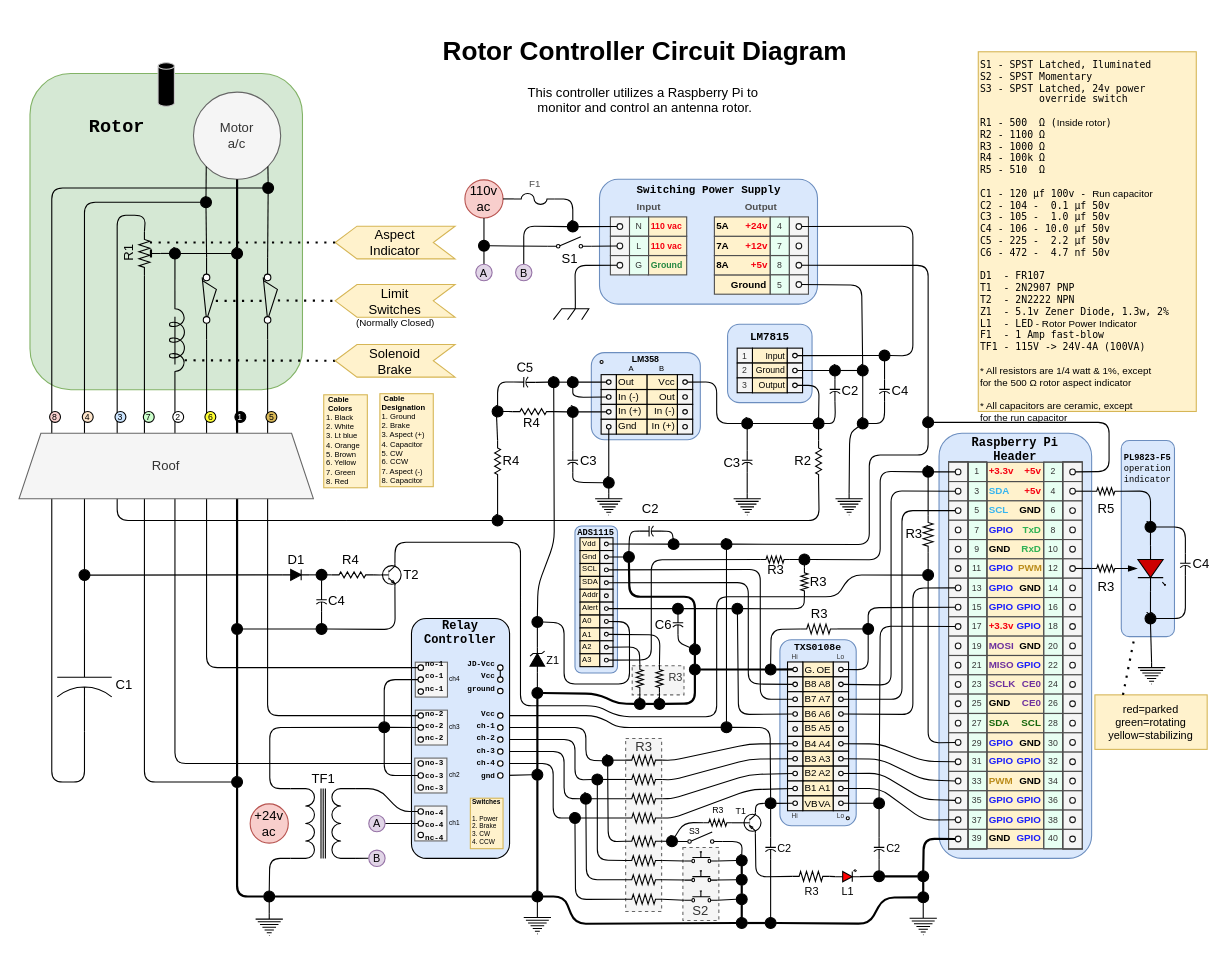
The draw.io diagram readme/rotor.drawio in wryan67/rotor, before the edit. Source tidied: cells renumbered, new cells numbered last; positions are measured from the earlier drawing's top-left corner, leaving out a move shared by most shapes. Both pictures are drawn from the tidied source at 109%, with x=0, y=0 at pixel (19, 29).
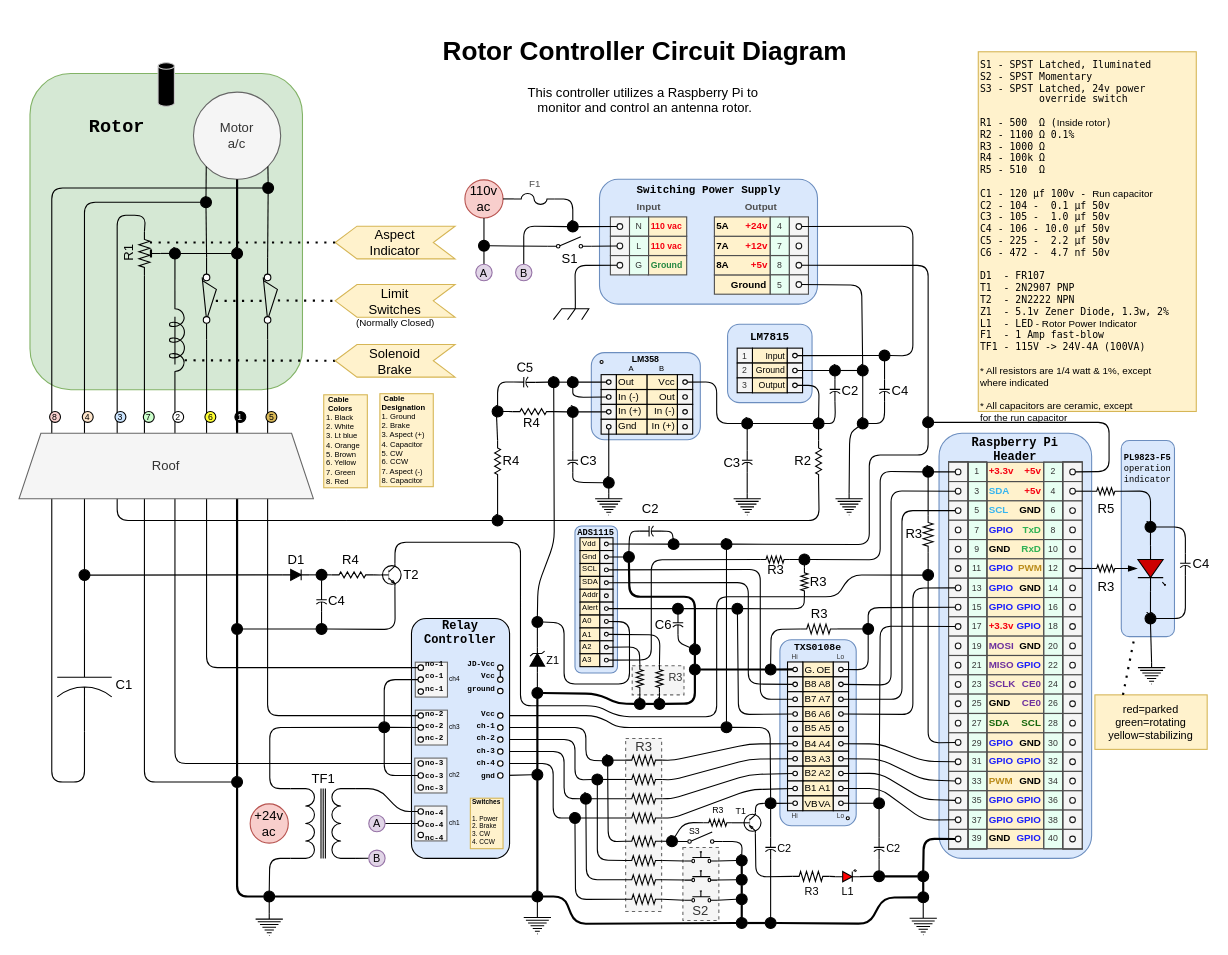
The same diagram, later.

Commit message (it also covers changes not shown here):
low pass filter wire diagram

What changed in the source:
```diff
@@
-    <mxCell id="279" value="&lt;font style=&quot;font-size: 9px&quot;&gt;&lt;font style=&quot;font-size: 9px&quot;&gt;&lt;font face=&quot;Lucida Console&quot; style=&quot;font-size: 9px&quot;&gt;S1 - SPST Latched, Iluminated&lt;br&gt;S2 - SPST Momentary&lt;br&gt;S3 - SPST Latched, 24v power&lt;br&gt;&amp;nbsp; &amp;nbsp; &amp;nbsp; &amp;nbsp; &amp;nbsp; override switch&lt;br&gt;&lt;br&gt;R1 -&amp;nbsp;&lt;/font&gt;&lt;span style=&quot;font-size: 9px ; text-align: center&quot;&gt;&lt;font face=&quot;Lucida Console&quot;&gt;500&amp;nbsp; Ω (&lt;/font&gt;Inside rotor&lt;font face=&quot;Lucida Console&quot;&gt;)&lt;/font&gt;&lt;br&gt;&lt;font face=&quot;Lucida Console&quot;&gt;R2 - 1100&amp;nbsp;&lt;/font&gt;&lt;/span&gt;&lt;span style=&quot;font-size: 9px ; font-family: &amp;#34;lucida console&amp;#34; ; text-align: center&quot;&gt;Ω&lt;br&gt;&lt;/span&gt;&lt;span style=&quot;font-size: 9px ; font-family: &amp;#34;lucida console&amp;#34; ; text-align: center&quot;&gt;R3 - 1000&amp;nbsp;&lt;/span&gt;&lt;span style=&quot;font-size: 9px ; font-family: &amp;#34;lucida console&amp;#34; ; text-align: center&quot;&gt;Ω&lt;br&gt;&lt;/span&gt;&lt;span style=&quot;font-size: 9px ; font-family: &amp;#34;lucida console&amp;#34; ; text-align: center&quot;&gt;R4 - 100k&amp;nbsp;&lt;/span&gt;&lt;span style=&quot;font-size: 9px ; font-family: &amp;#34;lucida console&amp;#34; ; text-align: center&quot;&gt;Ω&lt;/span&gt;&lt;span style=&quot;font-size: 9px ; font-family: &amp;#34;lucida console&amp;#34; ; text-align: center&quot;&gt;&lt;br&gt;R5 - 510&amp;nbsp;&amp;nbsp;&lt;/span&gt;&lt;span style=&quot;font-size: 9px ; font-family: &amp;#34;lucida console&amp;#34; ; text-align: center&quot;&gt;Ω&lt;/span&gt;&lt;span style=&quot;text-align: center&quot;&gt;&lt;br&gt;&lt;br&gt;&lt;font face=&quot;Lucida Console&quot; style=&quot;font-size: 9px&quot;&gt;C1 - 120 µf 100v - &lt;/font&gt;&lt;/span&gt;&lt;span style=&quot;text-align: center&quot;&gt;&lt;font style=&quot;font-size: 9px&quot;&gt;Run capacitor&lt;/font&gt;&lt;br&gt;&lt;font style=&quot;font-family: &amp;#34;lucida console&amp;#34; ; font-size: 9px&quot;&gt;C2 - 104 -&amp;nbsp; 0.1 µf 50v&lt;/font&gt;&lt;br&gt;&lt;font style=&quot;font-family: &amp;#34;lucida console&amp;#34; ; font-size: 9px&quot;&gt;C3 - 105 -&amp;nbsp; 1.0 µ&lt;/font&gt;&lt;font style=&quot;font-family: &amp;#34;lucida console&amp;#34; ; font-size: 9px&quot;&gt;f 50v&lt;/font&gt;&lt;br&gt;&lt;font style=&quot;font-family: &amp;#34;lucida console&amp;#34; ; font-size: 9px&quot;&gt;C4 - 106 - 1&lt;/font&gt;&lt;/span&gt;&lt;span style=&quot;font-family: &amp;#34;lucida console&amp;#34; ; text-align: center&quot;&gt;&lt;font style=&quot;font-size: 9px&quot;&gt;0.0 µ&lt;/font&gt;&lt;font style=&quot;font-size: 9px&quot;&gt;f 50v&amp;nbsp;&lt;/font&gt;&lt;/span&gt;&lt;/font&gt;&lt;span style=&quot;text-align: center&quot;&gt;&lt;font style=&quot;font-size: 9px&quot;&gt;&lt;br&gt;&lt;font style=&quot;font-family: &amp;#34;lucida console&amp;#34; ; font-size: 9px&quot;&gt;C5 - 225 -&amp;nbsp; 2.2 µ&lt;/font&gt;&lt;font style=&quot;font-family: &amp;#34;lucida console&amp;#34; ; font-size: 9px&quot;&gt;f 50v&lt;/font&gt;&lt;br&gt;&lt;font style=&quot;font-family: &amp;#34;lucida console&amp;#34; ; font-size: 9px&quot;&gt;C6 - 472 -&amp;nbsp; 4.7 nf 50v&lt;/font&gt;&lt;br&gt;&lt;br&gt;&lt;font face=&quot;Lucida Console&quot;&gt;D1&amp;nbsp; - FR107&lt;/font&gt;&lt;br&gt;&lt;/font&gt;&lt;/span&gt;&lt;span style=&quot;font-family: &amp;#34;lucida console&amp;#34; ; text-align: center&quot;&gt;T1&amp;nbsp; - 2N2907 PNP&lt;br&gt;&lt;/span&gt;&lt;span style=&quot;font-family: &amp;#34;lucida console&amp;#34; ; text-align: center&quot;&gt;T2&amp;nbsp; - 2N2222 NPN&lt;br&gt;&lt;/span&gt;&lt;span style=&quot;text-align: center&quot;&gt;&lt;font style=&quot;font-size: 9px&quot;&gt;&lt;font face=&quot;Lucida Console&quot;&gt;Z1&amp;nbsp; - 5.1v Zener Diode, 1.3w, 2%&amp;nbsp;&lt;/font&gt;&lt;br&gt;&lt;font style=&quot;font-size: 9px&quot;&gt;&lt;font face=&quot;Lucida Console&quot;&gt;L1&amp;nbsp; - LED&lt;/font&gt; - Rotor Power Indicator&lt;br&gt;&lt;font face=&quot;Lucida Console&quot;&gt;F1&amp;nbsp; - 1 Amp fast-blow&lt;/font&gt;&lt;/font&gt;&lt;br&gt;&lt;font style=&quot;font-family: &amp;#34;lucida console&amp;#34; ; font-size: 9px&quot;&gt;TF1 - 115V -&amp;gt; 24V-4A (100VA)&lt;/font&gt;&lt;br&gt;&lt;/font&gt;&lt;br&gt;&lt;font style=&quot;font-size: 9px&quot;&gt;* All resistors are 1/4 watt &amp;amp; 1%,&amp;nbsp;except &lt;/font&gt;&lt;br&gt;&lt;font style=&quot;font-size: 9px&quot;&gt;for the 500&amp;nbsp;&lt;/font&gt;&lt;/span&gt;&lt;span style=&quot;text-align: center&quot;&gt;Ω&amp;nbsp;&lt;/span&gt;&lt;span style=&quot;text-align: center&quot;&gt;rotor aspect indicator&lt;br&gt;&lt;br&gt;* All capacitors are ceramic, except &lt;br&gt;for the&amp;nbsp;run capacitor&lt;br&gt;&lt;/span&gt;&lt;/font&gt;" style="rounded=0;whiteSpace=wrap;html=1;fillColor=#fff2cc;strokeColor=#d6b656;align=left;fontSize=8;verticalAlign=top;" parent="1" vertex="1">
+    <mxCell id="279" value="&lt;font style=&quot;font-size: 9px&quot;&gt;&lt;font style=&quot;font-size: 9px&quot;&gt;&lt;font face=&quot;Lucida Console&quot; style=&quot;font-size: 9px&quot;&gt;S1 - SPST Latched, Iluminated&lt;br&gt;S2 - SPST Momentary&lt;br&gt;S3 - SPST Latched, 24v power&lt;br&gt;&amp;nbsp; &amp;nbsp; &amp;nbsp; &amp;nbsp; &amp;nbsp; override switch&lt;br&gt;&lt;br&gt;R1 -&amp;nbsp;&lt;/font&gt;&lt;span style=&quot;font-size: 9px ; text-align: center&quot;&gt;&lt;font face=&quot;Lucida Console&quot;&gt;500&amp;nbsp; Ω (&lt;/font&gt;Inside rotor&lt;font face=&quot;Lucida Console&quot;&gt;)&lt;/font&gt;&lt;br&gt;&lt;font face=&quot;Lucida Console&quot;&gt;R2 - 1100&amp;nbsp;&lt;/font&gt;&lt;/span&gt;&lt;span style=&quot;font-size: 9px ; font-family: &amp;#34;lucida console&amp;#34; ; text-align: center&quot;&gt;Ω 0.1%&amp;nbsp;&lt;br&gt;&lt;/span&gt;&lt;span style=&quot;font-size: 9px ; font-family: &amp;#34;lucida console&amp;#34; ; text-align: center&quot;&gt;R3 - 1000&amp;nbsp;&lt;/span&gt;&lt;span style=&quot;font-size: 9px ; font-family: &amp;#34;lucida console&amp;#34; ; text-align: center&quot;&gt;Ω&lt;br&gt;&lt;/span&gt;&lt;span style=&quot;font-size: 9px ; font-family: &amp;#34;lucida console&amp;#34; ; text-align: center&quot;&gt;R4 - 100k&amp;nbsp;&lt;/span&gt;&lt;span style=&quot;font-size: 9px ; font-family: &amp;#34;lucida console&amp;#34; ; text-align: center&quot;&gt;Ω&lt;/span&gt;&lt;span style=&quot;font-size: 9px ; font-family: &amp;#34;lucida console&amp;#34; ; text-align: center&quot;&gt;&lt;br&gt;R5 - 510&amp;nbsp;&amp;nbsp;&lt;/span&gt;&lt;span style=&quot;font-size: 9px ; font-family: &amp;#34;lucida console&amp;#34; ; text-align: center&quot;&gt;Ω&lt;/span&gt;&lt;span style=&quot;text-align: center&quot;&gt;&lt;br&gt;&lt;br&gt;&lt;font face=&quot;Lucida Console&quot; style=&quot;font-size: 9px&quot;&gt;C1 - 120 µf 100v - &lt;/font&gt;&lt;/span&gt;&lt;span style=&quot;text-align: center&quot;&gt;&lt;font style=&quot;font-size: 9px&quot;&gt;Run capacitor&lt;/font&gt;&lt;br&gt;&lt;font style=&quot;font-family: &amp;#34;lucida console&amp;#34; ; font-size: 9px&quot;&gt;C2 - 104 -&amp;nbsp; 0.1 µf 50v&lt;/font&gt;&lt;br&gt;&lt;font style=&quot;font-family: &amp;#34;lucida console&amp;#34; ; font-size: 9px&quot;&gt;C3 - 105 -&amp;nbsp; 1.0 µ&lt;/font&gt;&lt;font style=&quot;font-family: &amp;#34;lucida console&amp;#34; ; font-size: 9px&quot;&gt;f 50v&lt;/font&gt;&lt;br&gt;&lt;font style=&quot;font-family: &amp;#34;lucida console&amp;#34; ; font-size: 9px&quot;&gt;C4 - 106 - 1&lt;/font&gt;&lt;/span&gt;&lt;span style=&quot;font-family: &amp;#34;lucida console&amp;#34; ; text-align: center&quot;&gt;&lt;font style=&quot;font-size: 9px&quot;&gt;0.0 µ&lt;/font&gt;&lt;font style=&quot;font-size: 9px&quot;&gt;f 50v&amp;nbsp;&lt;/font&gt;&lt;/span&gt;&lt;/font&gt;&lt;span style=&quot;text-align: center&quot;&gt;&lt;font style=&quot;font-size: 9px&quot;&gt;&lt;br&gt;&lt;font style=&quot;font-family: &amp;#34;lucida console&amp;#34; ; font-size: 9px&quot;&gt;C5 - 225 -&amp;nbsp; 2.2 µ&lt;/font&gt;&lt;font style=&quot;font-family: &amp;#34;lucida console&amp;#34; ; font-size: 9px&quot;&gt;f 50v&lt;/font&gt;&lt;br&gt;&lt;font style=&quot;font-family: &amp;#34;lucida console&amp;#34; ; font-size: 9px&quot;&gt;C6 - 472 -&amp;nbsp; 4.7 nf 50v&lt;/font&gt;&lt;br&gt;&lt;br&gt;&lt;font face=&quot;Lucida Console&quot;&gt;D1&amp;nbsp; - FR107&lt;/font&gt;&lt;br&gt;&lt;/font&gt;&lt;/span&gt;&lt;span style=&quot;font-family: &amp;#34;lucida console&amp;#34; ; text-align: center&quot;&gt;T1&amp;nbsp; - 2N2907 PNP&lt;br&gt;&lt;/span&gt;&lt;span style=&quot;font-family: &amp;#34;lucida console&amp;#34; ; text-align: center&quot;&gt;T2&amp;nbsp; - 2N2222 NPN&lt;br&gt;&lt;/span&gt;&lt;span style=&quot;text-align: center&quot;&gt;&lt;font style=&quot;font-size: 9px&quot;&gt;&lt;font face=&quot;Lucida Console&quot;&gt;Z1&amp;nbsp; - 5.1v Zener Diode, 1.3w, 2%&amp;nbsp;&lt;/font&gt;&lt;br&gt;&lt;font style=&quot;font-size: 9px&quot;&gt;&lt;font face=&quot;Lucida Console&quot;&gt;L1&amp;nbsp; - LED&lt;/font&gt; - Rotor Power Indicator&lt;br&gt;&lt;font face=&quot;Lucida Console&quot;&gt;F1&amp;nbsp; - 1 Amp fast-blow&lt;/font&gt;&lt;/font&gt;&lt;br&gt;&lt;font style=&quot;font-family: &amp;#34;lucida console&amp;#34; ; font-size: 9px&quot;&gt;TF1 - 115V -&amp;gt; 24V-4A (100VA)&lt;/font&gt;&lt;br&gt;&lt;/font&gt;&lt;br&gt;&lt;font style=&quot;font-size: 9px&quot;&gt;* All resistors are 1/4 watt &amp;amp; 1%,&amp;nbsp;except &lt;/font&gt;&lt;br&gt;&lt;/span&gt;&lt;span style=&quot;text-align: center&quot;&gt;where indicated&lt;br&gt;&lt;br&gt;* All capacitors are ceramic, except &lt;br&gt;for the&amp;nbsp;run capacitor&lt;br&gt;&lt;/span&gt;&lt;/font&gt;" style="rounded=0;whiteSpace=wrap;html=1;fillColor=#fff2cc;strokeColor=#d6b656;align=left;fontSize=8;verticalAlign=top;" parent="1" vertex="1">
       <mxGeometry x="880" y="20" width="200" height="330" as="geometry" />
     </mxCell>
```
